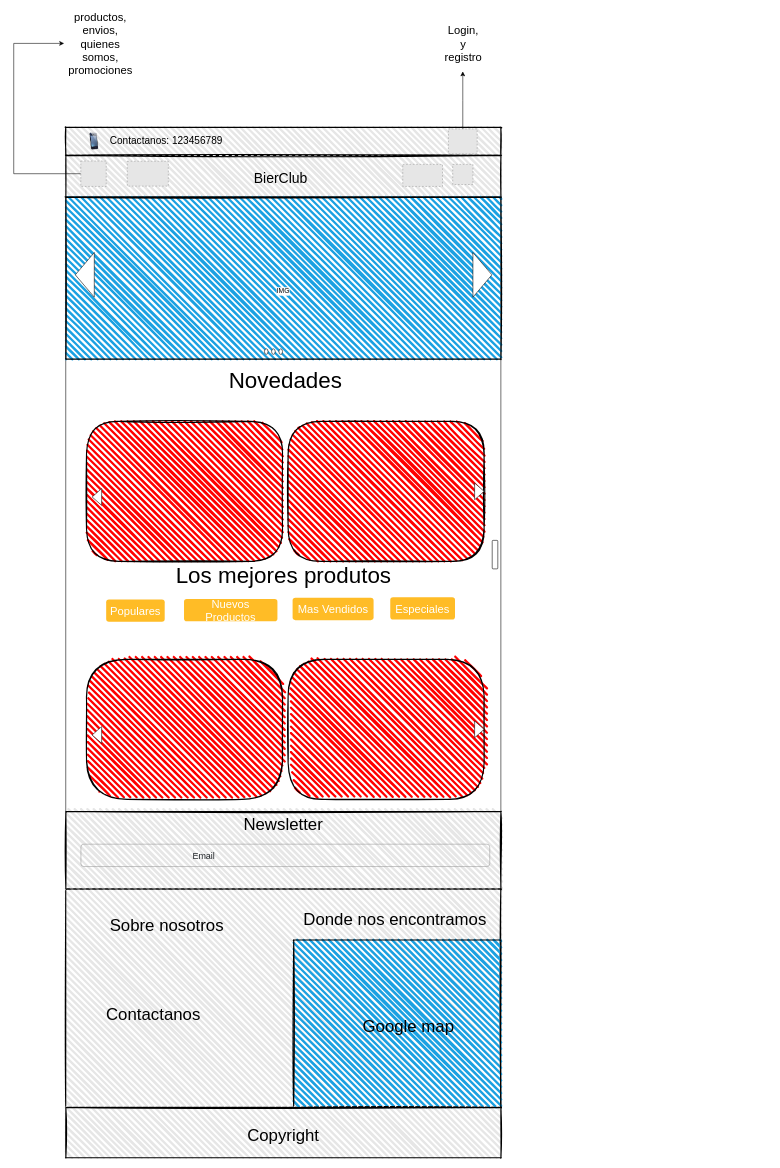
Before: page "Page-3" (3 of 3) of Bocetos/Bocetos-de-Home/Home-768.drawio in Evaristodantur/BierClub, a draw.io diagram. Source tidied: cells renumbered, new cells numbered last; positions are measured from the earlier drawing's top-left corner, leaving out a move shared by most shapes. Both pictures are drawn from the tidied source at 56%, with x=0, y=0 at pixel (13, 38). Pictures stored in the file or linked from it are replaced by grey dashed boxes.
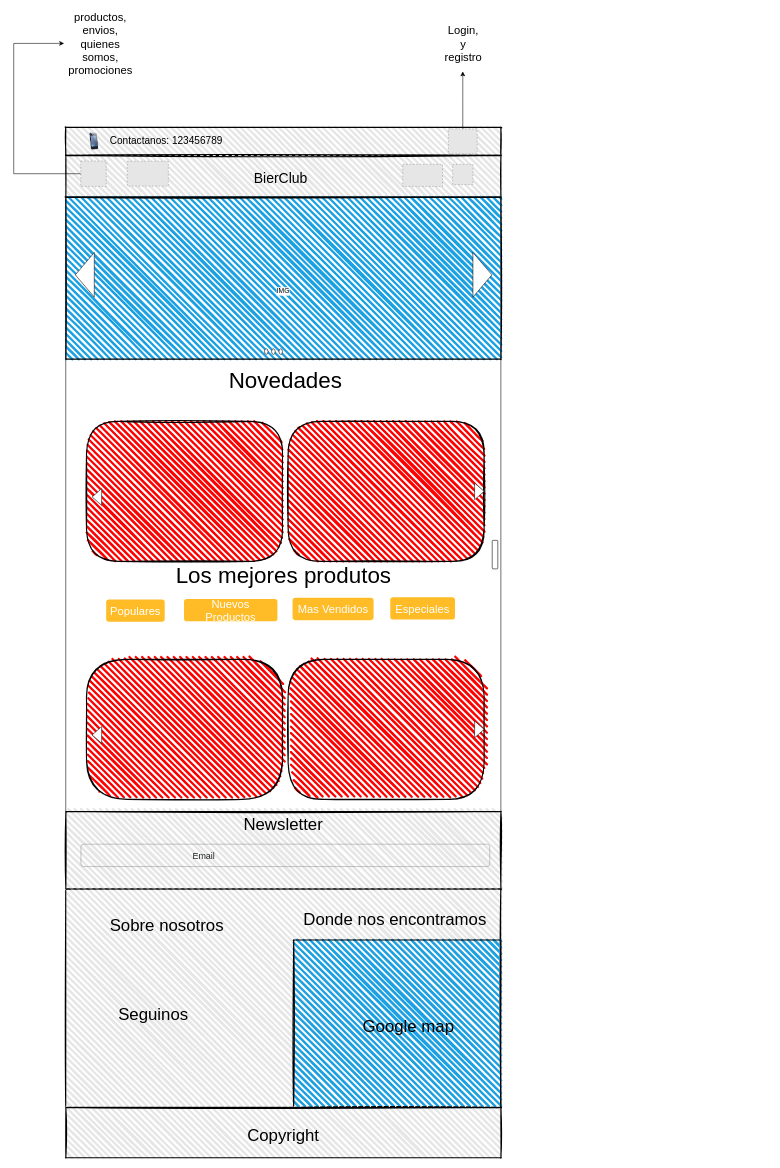
After the change.

The edit, as a diff of the source:
```diff
@@
-    <mxCell id="33" value="&lt;font style=&quot;font-size: 30px&quot;&gt;Contactanos&lt;/font&gt;" style="text;html=1;strokeColor=none;fillColor=none;align=center;verticalAlign=middle;whiteSpace=wrap;rounded=0;fontSize=40;" parent="1" vertex="1">
+    <mxCell id="33" value="&lt;font style=&quot;font-size: 30px&quot;&gt;Seguinos&lt;/font&gt;" style="text;html=1;strokeColor=none;fillColor=none;align=center;verticalAlign=middle;whiteSpace=wrap;rounded=0;fontSize=40;" parent="1" vertex="1">
       <mxGeometry x="60" y="1730" width="379.4" height="20" as="geometry" />
     </mxCell>
```
